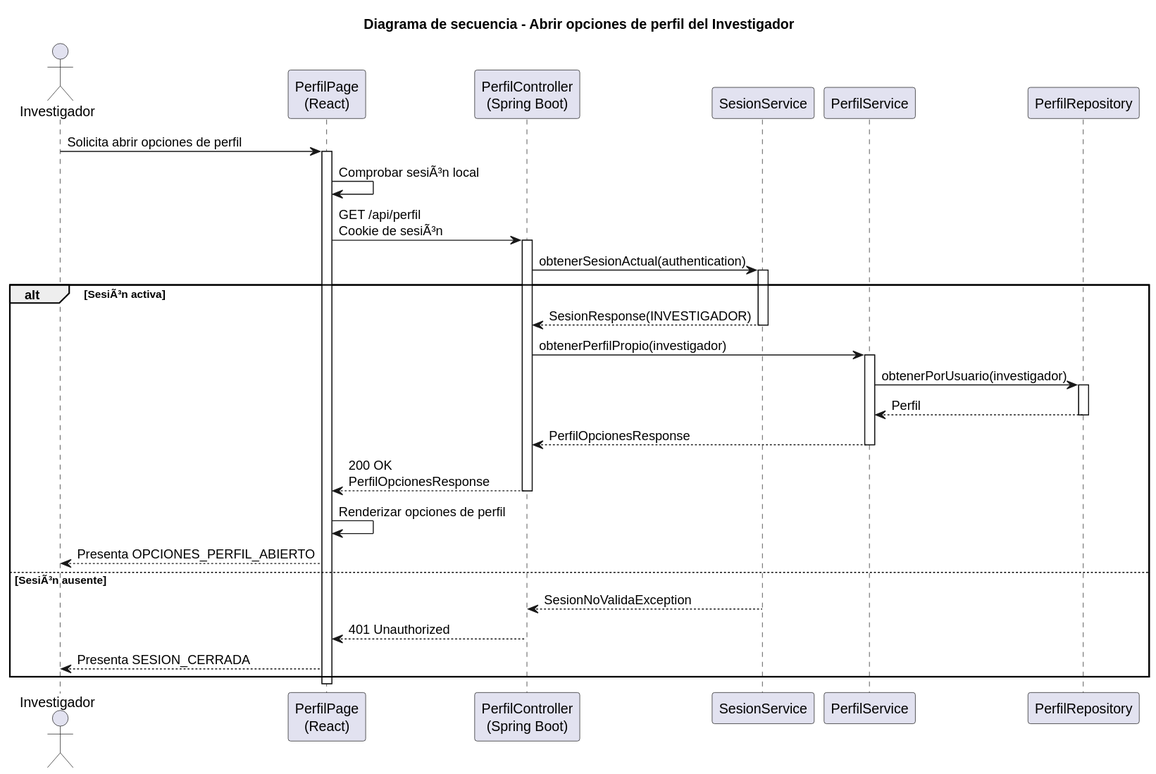
Before: images/RUP/02-diseño/casos-uso/investigador/abrirOpcionesPerfil/secuencia.svg, a diagram exported from PlantUML (beatriizorozco/25-26-idsw2-sdVC).
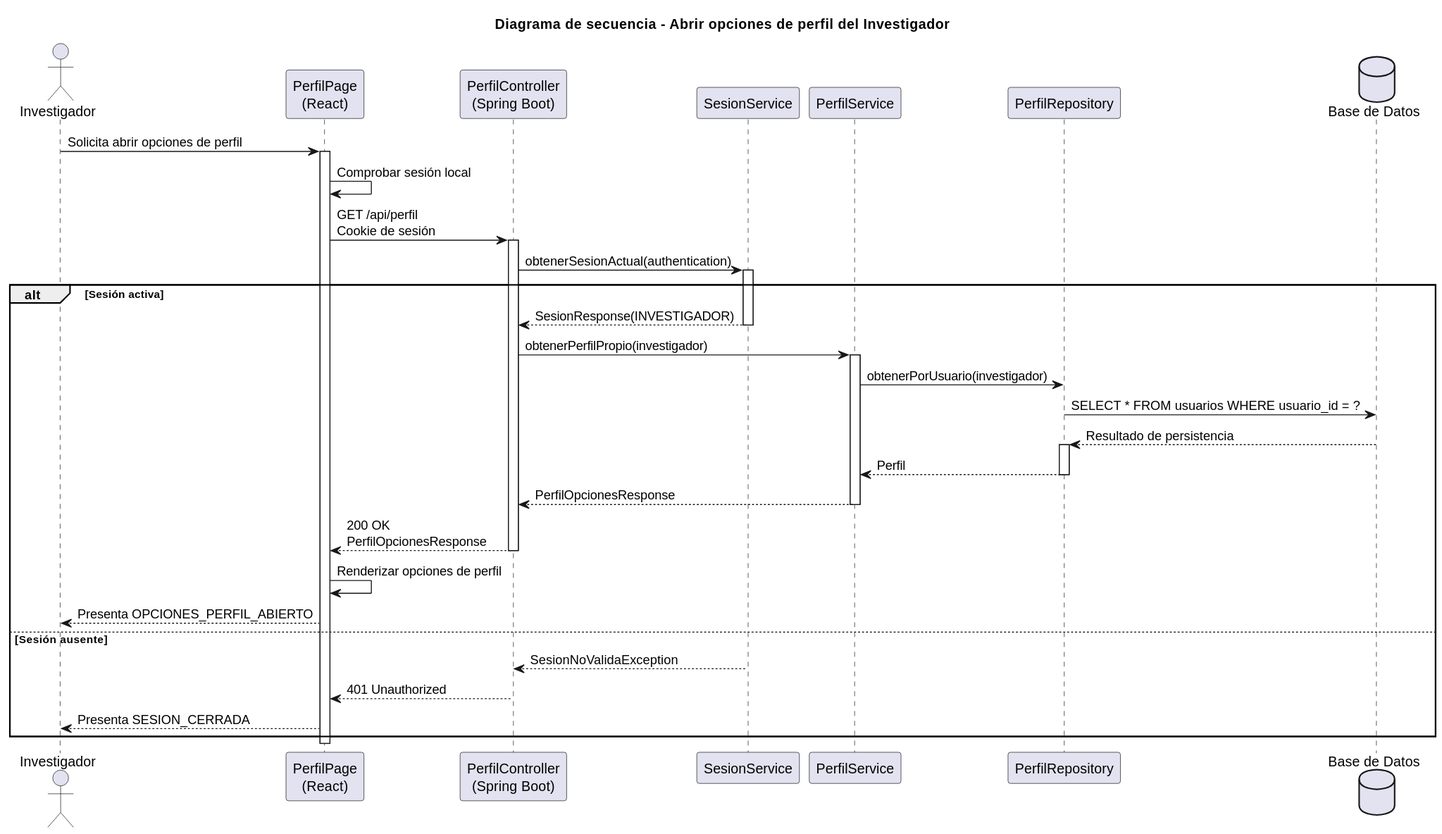
After the commit.

Diff of the diagram source:
```diff
@@ -7,20 +7,23 @@
 participant "SesionService" as Sesion
 participant "PerfilService" as PerfilService
 participant "PerfilRepository" as PerfilRepository
+database "Base de Datos" as DB
 
 Investigador -> Frontend: Solicita abrir opciones de perfil
 activate Frontend
-Frontend -> Frontend: Comprobar sesiÃ³n local
-Frontend -> Api: GET /api/perfil\nCookie de sesiÃ³n
+Frontend -> Frontend: Comprobar sesión local
+Frontend -> Api: GET /api/perfil\nCookie de sesión
 activate Api
 Api -> Sesion: obtenerSesionActual(authentication)
 activate Sesion
-alt SesiÃ³n activa
+alt Sesión activa
     Sesion --> Api: SesionResponse(INVESTIGADOR)
     deactivate Sesion
     Api -> PerfilService: obtenerPerfilPropio(investigador)
     activate PerfilService
     PerfilService -> PerfilRepository: obtenerPorUsuario(investigador)
+    PerfilRepository -> DB: SELECT * FROM usuarios WHERE usuario_id = ?
+    DB --> PerfilRepository: Resultado de persistencia
     activate PerfilRepository
     PerfilRepository --> PerfilService: Perfil
     deactivate PerfilRepository
@@ -30,7 +33,7 @@
     deactivate Api
     Frontend -> Frontend: Renderizar opciones de perfil
     Frontend --> Investigador: Presenta OPCIONES_PERFIL_ABIERTO
-else SesiÃ³n ausente
+else Sesión ausente
     Sesion --> Api: SesionNoValidaException
     deactivate Sesion
     Api --> Frontend: 401 Unauthorized
```
